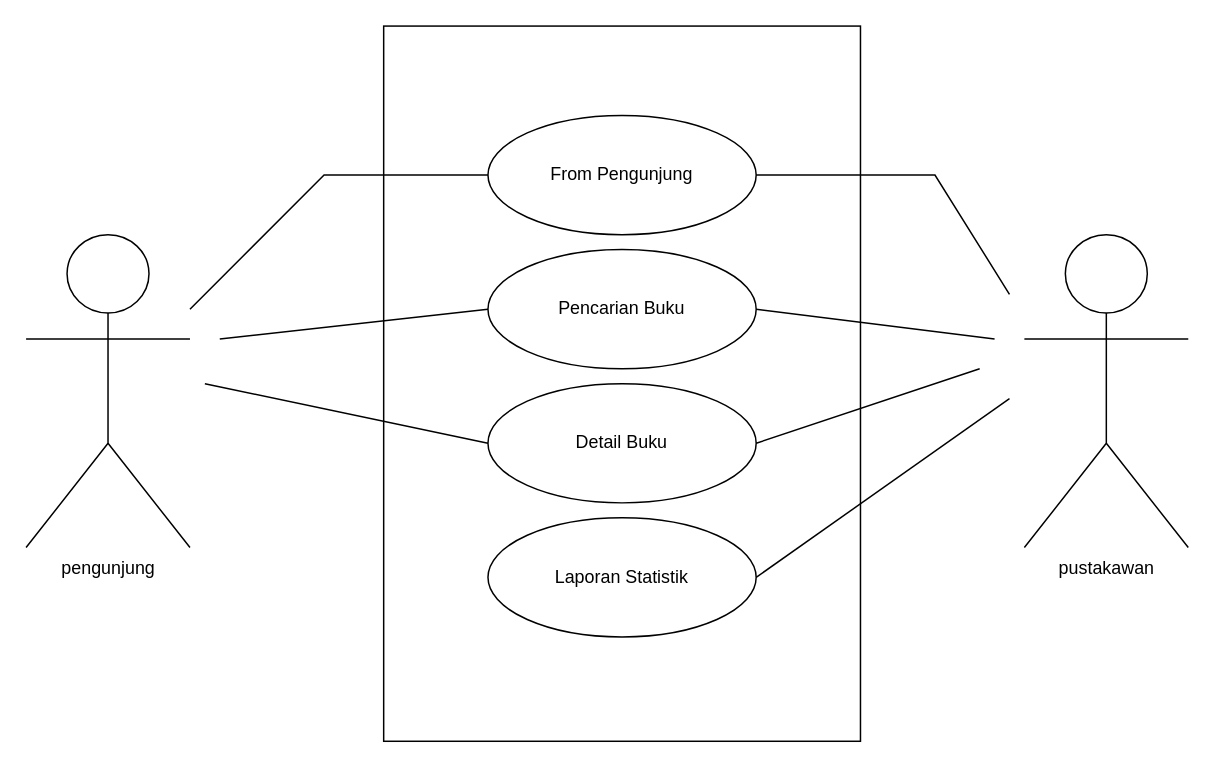
This is Use-Case-Diagram-Perpus-Digital.drawio from siiti/Perpus-Digital_TEFA, a draw.io file, before an edit. Source tidied: cells renumbered, new cells numbered last; positions are measured from the earlier drawing's top-left corner, leaving out a move shared by most shapes. Both pictures are drawn from the tidied source at 149%, with x=0, y=0 at pixel (25, 25).
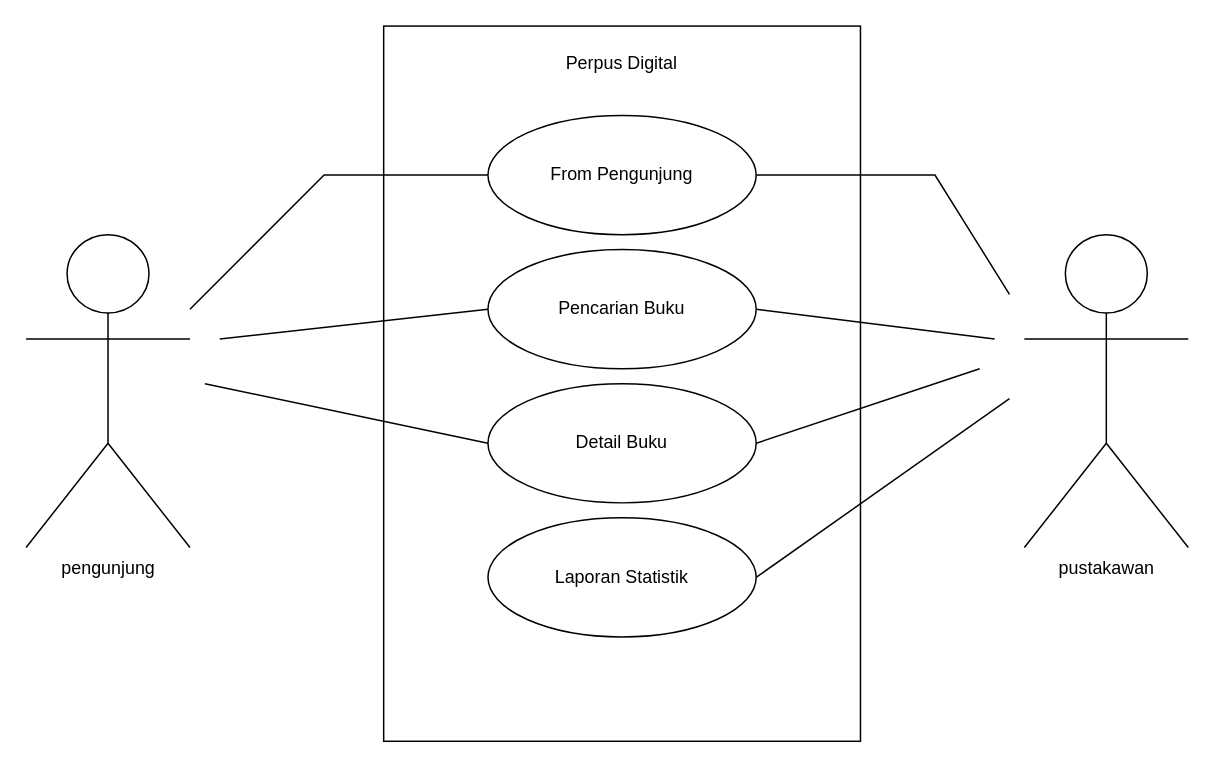
After the change.

The edit, as a diff of the source:
```diff
@@
+    <mxCell id="17" value="Perpus Digital" style="text;html=1;strokeColor=none;fillColor=none;align=center;verticalAlign=middle;whiteSpace=wrap;rounded=0;" parent="1" vertex="1">
+      <mxGeometry x="355" y="10" width="90" height="30" as="geometry" />
+    </mxCell>
```
